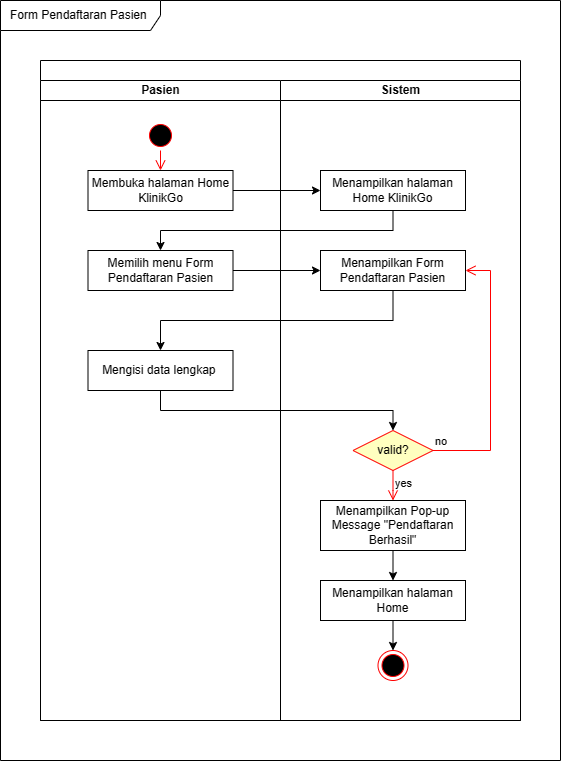
The draw.io diagram DiagramSistemPendaftaranPasien-activity.drawio.png in dwirahmadita/SistemPendafatranPasien, before a commit. Source tidied: cells renumbered, new cells last; positions are measured from the earlier drawing's top-left corner, leaving out a move shared by most shapes.
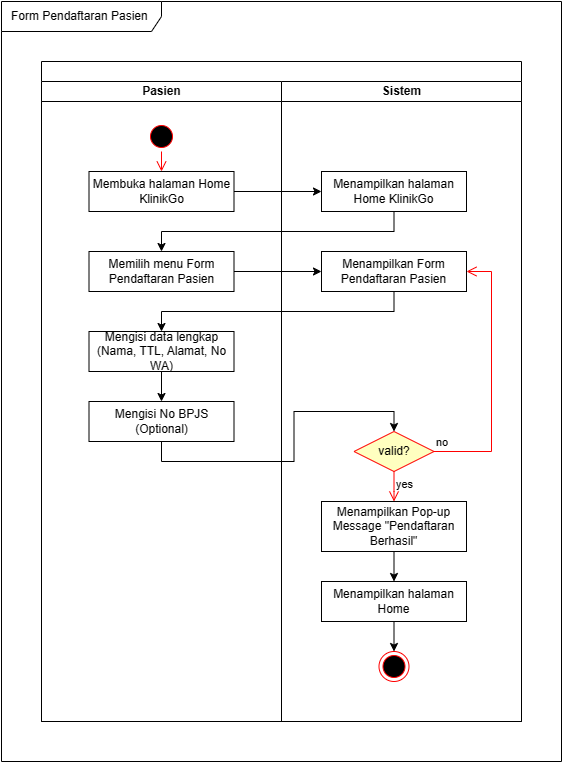
Later version of the same file.

Change to the diagram source:
```diff
@@ -23,9 +23,15 @@
     <mxCell id="8" value="Memilih menu Form Pendaftaran Pasien" style="html=1;whiteSpace=wrap;" parent="4" vertex="1">
       <mxGeometry x="47.5" y="170" width="145" height="40" as="geometry" />
     </mxCell>
+    <mxCell id="26" style="edgeStyle=orthogonalEdgeStyle;rounded=0;jettySize=auto;html=1;exitX=0.5;exitY=1;exitDx=0;exitDy=0;entryX=0.5;entryY=0;entryDx=0;entryDy=0;" parent="4" edge="1" source="9" target="27">
+      <mxGeometry relative="1" as="geometry" />
+    </mxCell>
-    <mxCell id="9" value="Mengisi data lengkap&amp;nbsp;" style="html=1;whiteSpace=wrap;" parent="4" vertex="1">
-      <mxGeometry x="47.5" y="270" width="145" height="40" as="geometry" />
+    <mxCell id="9" value="Mengisi data lengkap (Nama, TTL, Alamat, No WA)" style="html=1;whiteSpace=wrap;" parent="4" vertex="1">
+      <mxGeometry x="47.5" y="250" width="145" height="40" as="geometry" />
     </mxCell>
+    <mxCell id="27" value="Mengisi No BPJS&lt;br&gt;(Optional)" style="html=1;whiteSpace=wrap;" parent="4" vertex="1">
+      <mxGeometry x="47.5" y="320" width="145" height="40" as="geometry" />
+    </mxCell>
     <mxCell id="10" value="Sistem" style="swimlane;startSize=20;html=1;" parent="3" vertex="1">
       <mxGeometry x="240" y="20" width="240" height="640" as="geometry" />
     </mxCell>
@@ -81,7 +87,7 @@
     <mxCell id="24" style="edgeStyle=orthogonalEdgeStyle;rounded=0;jettySize=auto;html=1;exitX=0.5;exitY=1;exitDx=0;exitDy=0;entryX=0.5;entryY=0;entryDx=0;entryDy=0;" parent="3" edge="1" source="12" target="9">
       <mxGeometry relative="1" as="geometry" />
     </mxCell>
-    <mxCell id="25" style="edgeStyle=orthogonalEdgeStyle;rounded=0;jettySize=auto;html=1;exitX=0.5;exitY=1;exitDx=0;exitDy=0;entryX=0.5;entryY=0;entryDx=0;entryDy=0;" parent="3" edge="1" source="9" target="13">
+    <mxCell id="25" style="edgeStyle=orthogonalEdgeStyle;rounded=0;jettySize=auto;html=1;exitX=0.5;exitY=1;exitDx=0;exitDy=0;entryX=0.5;entryY=0;entryDx=0;entryDy=0;" parent="3" edge="1" source="27" target="13">
       <mxGeometry relative="1" as="geometry" />
     </mxCell>
   </root>
```
